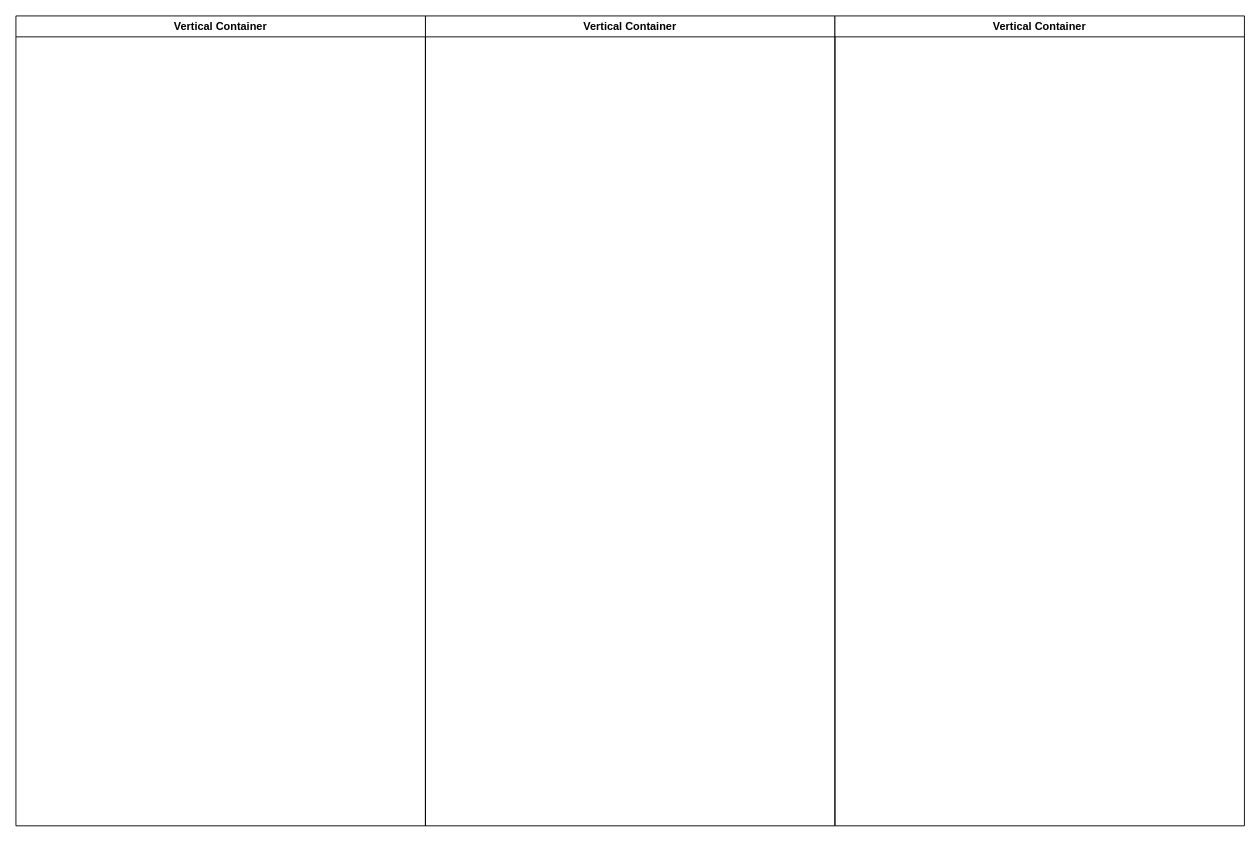
Above: Diagrams/activity diagram.drawio in Smook-e/Prog2_lab6 (draw.io), before the change. Source tidied: cells renumbered, new cells numbered last; positions are measured from the earlier drawing's top-left corner, leaving out a move shared by most shapes. Both pictures are drawn from the tidied source at 91%, with x=0, y=0 at pixel (15, 15).
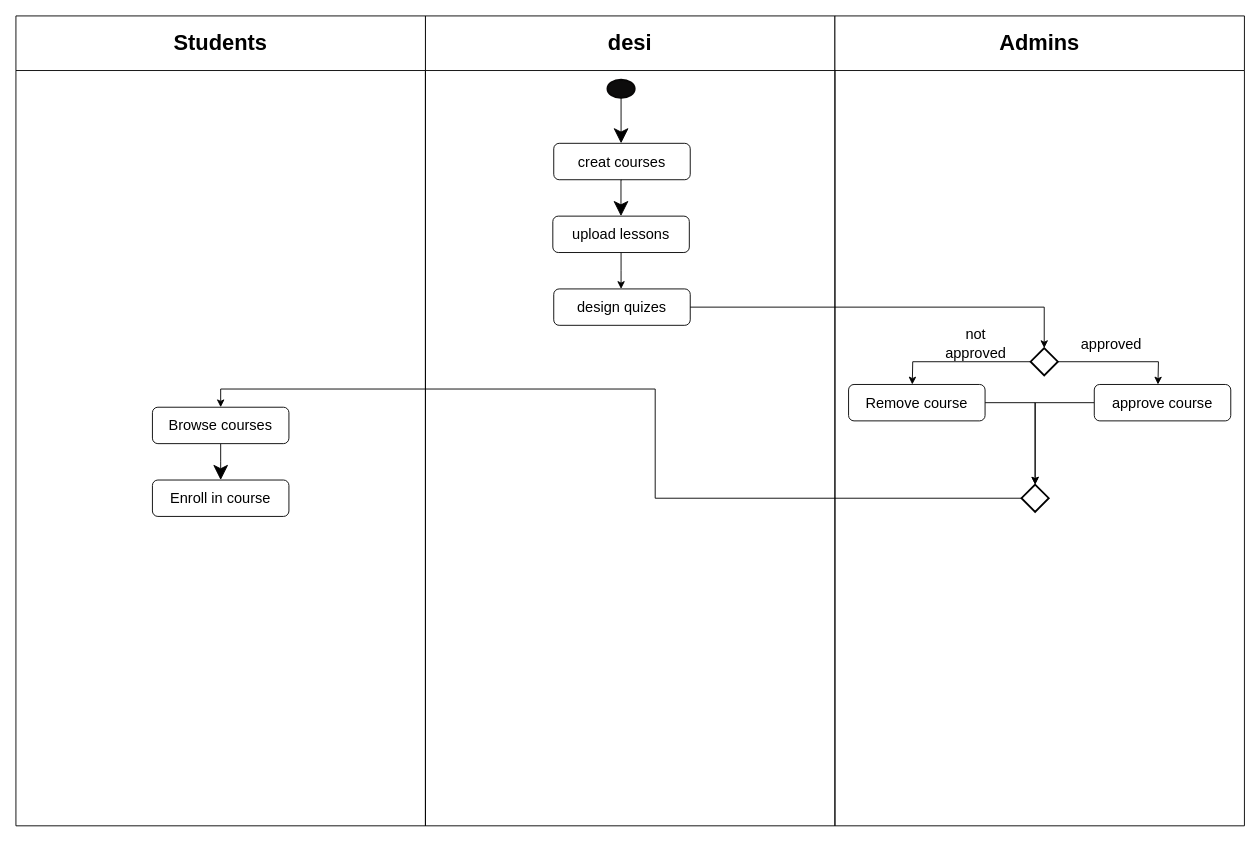
After the change.

Commit message (it also covers changes not shown here):
update activity diagram

Change to the diagram source:
```diff
@@
-    <mxCell id="2" value="Vertical Container" style="swimlane;whiteSpace=wrap;html=1;" parent="1" vertex="1">
+    <mxCell id="2" value="desi" style="swimlane;whiteSpace=wrap;html=1;startSize=60;fontSize=24;" parent="1" vertex="1">
       <mxGeometry x="450" width="450" height="890" as="geometry" />
     </mxCell>
+    <mxCell id="5" style="edgeStyle=orthogonalEdgeStyle;rounded=0;jettySize=auto;html=1;startSize=14;endSize=14;" parent="2" edge="1" source="6">
+      <mxGeometry relative="1" as="geometry">
+        <mxPoint x="215" y="140" as="targetPoint" />
+      </mxGeometry>
+    </mxCell>
+    <mxCell id="6" style="strokeWidth=2;html=1;shape=mxgraph.flowchart.start_1;whiteSpace=wrap;labelBackgroundColor=none;labelBorderColor=none;textShadow=0;fillColor=light-dark(#0d0c0c, #ff9281);fontColor=#ffffff;strokeColor=light-dark(#080707, #ffacac);" parent="2" vertex="1">
+      <mxGeometry x="200" y="70" width="30" height="20" as="geometry" />
+    </mxCell>
+    <mxCell id="7" style="edgeStyle=orthogonalEdgeStyle;rounded=0;jettySize=auto;html=1;exitX=0.5;exitY=1;exitDx=0;exitDy=0;endSize=14;startSize=14;" parent="2" edge="1" source="8">
+      <mxGeometry relative="1" as="geometry">
+        <mxPoint x="214.9" y="220" as="targetPoint" />
+      </mxGeometry>
+    </mxCell>
+    <mxCell id="8" value="creat courses" style="rounded=1;whiteSpace=wrap;html=1;fontSize=16;" parent="2" vertex="1">
+      <mxGeometry x="141" y="140" width="150" height="40" as="geometry" />
+    </mxCell>
+    <mxCell id="9" style="edgeStyle=orthogonalEdgeStyle;rounded=0;jettySize=auto;html=1;" parent="2" edge="1" source="10">
+      <mxGeometry relative="1" as="geometry">
+        <mxPoint x="215" y="300" as="targetPoint" />
+      </mxGeometry>
+    </mxCell>
+    <mxCell id="10" value="upload lessons" style="rounded=1;whiteSpace=wrap;html=1;fontSize=16;" parent="2" vertex="1">
+      <mxGeometry x="140" y="220" width="150" height="40" as="geometry" />
+    </mxCell>
+    <mxCell id="11" value="design quizes" style="rounded=1;whiteSpace=wrap;html=1;fontSize=16;" parent="2" vertex="1">
+      <mxGeometry x="141" y="300" width="150" height="40" as="geometry" />
+    </mxCell>
-    <mxCell id="3" value="Vertical Container" style="swimlane;whiteSpace=wrap;html=1;" parent="1" vertex="1">
+    <mxCell id="3" value="Students" style="swimlane;whiteSpace=wrap;html=1;startSize=60;strokeWidth=1;fontSize=24;" parent="1" vertex="1">
       <mxGeometry width="450" height="890" as="geometry" />
     </mxCell>
+    <mxCell id="12" style="edgeStyle=orthogonalEdgeStyle;rounded=0;jettySize=auto;html=1;endSize=14;startSize=14;" parent="3" edge="1" source="13">
+      <mxGeometry relative="1" as="geometry">
+        <mxPoint x="225" y="510" as="targetPoint" />
+      </mxGeometry>
+    </mxCell>
+    <mxCell id="13" value="Browse courses" style="rounded=1;whiteSpace=wrap;html=1;fontSize=16;" parent="3" vertex="1">
+      <mxGeometry x="150" y="430" width="150" height="40" as="geometry" />
+    </mxCell>
+    <mxCell id="14" value="Enroll in course" style="rounded=1;whiteSpace=wrap;html=1;fontSize=16;" parent="3" vertex="1">
+      <mxGeometry x="150" y="510" width="150" height="40" as="geometry" />
+    </mxCell>
-    <mxCell id="4" value="Vertical Container" style="swimlane;whiteSpace=wrap;html=1;" parent="1" vertex="1">
+    <mxCell id="4" value="Admins" style="swimlane;whiteSpace=wrap;html=1;startSize=60;fontSize=24;" parent="1" vertex="1">
       <mxGeometry x="900" width="450" height="890" as="geometry" />
     </mxCell>
+    <mxCell id="15" style="edgeStyle=orthogonalEdgeStyle;rounded=0;jettySize=auto;html=1;" parent="4" edge="1" source="17">
+      <mxGeometry relative="1" as="geometry">
+        <mxPoint x="355" y="405" as="targetPoint" />
+      </mxGeometry>
+    </mxCell>
+    <mxCell id="16" style="edgeStyle=orthogonalEdgeStyle;rounded=0;jettySize=auto;html=1;" parent="4" edge="1" source="17">
+      <mxGeometry relative="1" as="geometry">
+        <mxPoint x="85" y="405" as="targetPoint" />
+      </mxGeometry>
+    </mxCell>
+    <mxCell id="17" style="rhombus;whiteSpace=wrap;html=1;strokeWidth=2;" parent="4" vertex="1">
+      <mxGeometry x="215" y="365" width="30" height="30" as="geometry" />
+    </mxCell>
+    <mxCell id="18" value="approved" style="text;html=1;whiteSpace=wrap;strokeColor=none;fillColor=none;align=center;verticalAlign=middle;rounded=0;fontSize=16;strokeWidth=3;" parent="4" vertex="1">
+      <mxGeometry x="274" y="345" width="60" height="30" as="geometry" />
+    </mxCell>
+    <mxCell id="19" value="not approved" style="text;html=1;whiteSpace=wrap;strokeColor=none;fillColor=none;align=center;verticalAlign=middle;rounded=0;fontSize=16;strokeWidth=3;" parent="4" vertex="1">
+      <mxGeometry x="125" y="345" width="60" height="30" as="geometry" />
+    </mxCell>
+    <mxCell id="20" style="edgeStyle=orthogonalEdgeStyle;rounded=0;jettySize=auto;html=1;entryX=0.5;entryY=0;entryDx=0;entryDy=0;" parent="4" edge="1" source="21" target="24">
+      <mxGeometry relative="1" as="geometry" />
+    </mxCell>
+    <mxCell id="21" value="Remove course" style="rounded=1;whiteSpace=wrap;html=1;fontSize=16;" parent="4" vertex="1">
+      <mxGeometry x="15" y="405" width="150" height="40" as="geometry" />
+    </mxCell>
+    <mxCell id="22" style="edgeStyle=orthogonalEdgeStyle;rounded=0;jettySize=auto;html=1;entryX=0.5;entryY=0;entryDx=0;entryDy=0;" parent="4" edge="1" source="23" target="24">
+      <mxGeometry relative="1" as="geometry" />
+    </mxCell>
+    <mxCell id="23" value="approve course" style="rounded=1;whiteSpace=wrap;html=1;fontSize=16;" parent="4" vertex="1">
+      <mxGeometry x="285" y="405" width="150" height="40" as="geometry" />
+    </mxCell>
+    <mxCell id="24" style="rhombus;whiteSpace=wrap;html=1;strokeWidth=2;" parent="4" vertex="1">
+      <mxGeometry x="205" y="515" width="30" height="30" as="geometry" />
+    </mxCell>
+    <mxCell id="25" style="edgeStyle=orthogonalEdgeStyle;rounded=0;jettySize=auto;html=1;entryX=0.5;entryY=0;entryDx=0;entryDy=0;" parent="1" edge="1" source="24" target="13">
+      <mxGeometry relative="1" as="geometry" />
+    </mxCell>
+    <mxCell id="26" style="edgeStyle=orthogonalEdgeStyle;rounded=0;jettySize=auto;html=1;entryX=0.5;entryY=0;entryDx=0;entryDy=0;" parent="1" edge="1" source="11" target="17">
+      <mxGeometry relative="1" as="geometry" />
+    </mxCell>
```
